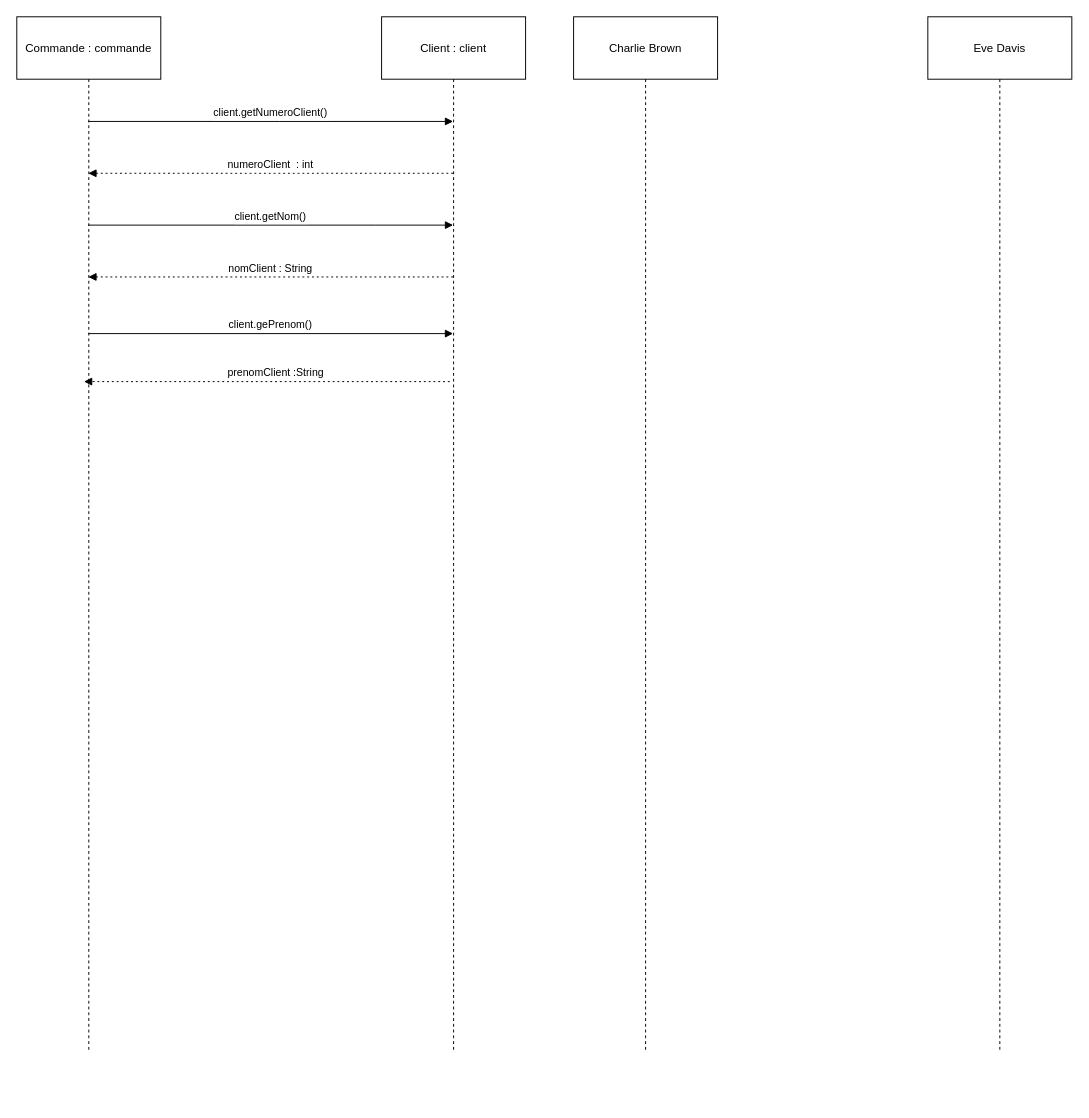
Before: Diagramme_de_sequence_editer_facture.drawio in NolhanDolou/SAE_JAVA, a draw.io diagram. Source tidied: cells renumbered, new cells numbered last; positions are measured from the earlier drawing's top-left corner, leaving out a move shared by most shapes. Both pictures are drawn from the tidied source at 96%, with x=0, y=0 at pixel (16, 16).
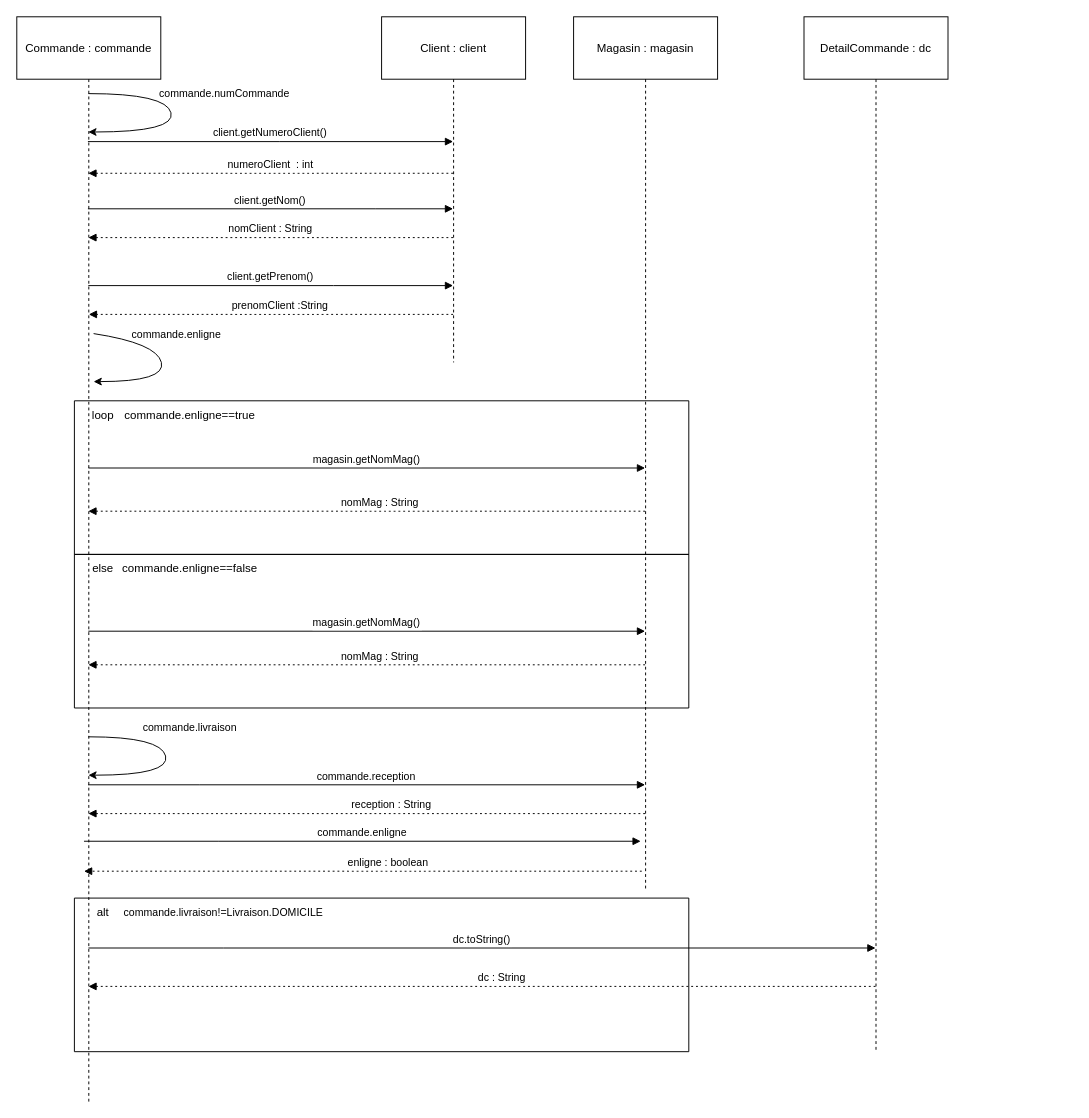
The same diagram, later.

Commit message:
Mettre à jour Diagramme_de_sequence_editer_facture.drawio

Change to the diagram source:
```diff
@@
     <mxCell id="2" value="Commande : commande" style="shape=umlLifeline;perimeter=lifelinePerimeter;whiteSpace=wrap;outlineConnect=0;portConstraint=eastwest;newEdgeStyle={&quot;edgeStyle&quot;:&quot;elbowEdgeStyle&quot;,&quot;elbow&quot;:&quot;vertical&quot;,&quot;curved&quot;:0,&quot;rounded&quot;:0};size=65;" parent="1" vertex="1">
-      <mxGeometry width="150" height="1078" as="geometry" />
+      <mxGeometry width="150" height="1130" as="geometry" />
     </mxCell>
     <mxCell id="3" value="Client : client" style="shape=umlLifeline;perimeter=lifelinePerimeter;whiteSpace=wrap;outlineConnect=0;portConstraint=eastwest;newEdgeStyle={&quot;edgeStyle&quot;:&quot;elbowEdgeStyle&quot;,&quot;elbow&quot;:&quot;vertical&quot;,&quot;curved&quot;:0,&quot;rounded&quot;:0};size=65;" parent="1" vertex="1">
-      <mxGeometry x="380" width="150" height="1078" as="geometry" />
+      <mxGeometry x="380" width="150" height="360" as="geometry" />
     </mxCell>
-    <mxCell id="4" value="Charlie Brown" style="shape=umlLifeline;perimeter=lifelinePerimeter;whiteSpace=wrap;outlineConnect=0;portConstraint=eastwest;newEdgeStyle={&quot;edgeStyle&quot;:&quot;elbowEdgeStyle&quot;,&quot;elbow&quot;:&quot;vertical&quot;,&quot;curved&quot;:0,&quot;rounded&quot;:0};size=65;" parent="1" vertex="1">
-      <mxGeometry x="580" width="150" height="1078" as="geometry" />
+    <mxCell id="4" value="Magasin : magasin" style="shape=umlLifeline;perimeter=lifelinePerimeter;whiteSpace=wrap;outlineConnect=0;portConstraint=eastwest;newEdgeStyle={&quot;edgeStyle&quot;:&quot;elbowEdgeStyle&quot;,&quot;elbow&quot;:&quot;vertical&quot;,&quot;curved&quot;:0,&quot;rounded&quot;:0};size=65;" parent="1" vertex="1">
+      <mxGeometry x="580" width="150" height="910" as="geometry" />
     </mxCell>
-    <mxCell id="5" value="Eve Davis" style="shape=umlLifeline;perimeter=lifelinePerimeter;whiteSpace=wrap;outlineConnect=0;portConstraint=eastwest;newEdgeStyle={&quot;edgeStyle&quot;:&quot;elbowEdgeStyle&quot;,&quot;elbow&quot;:&quot;vertical&quot;,&quot;curved&quot;:0,&quot;rounded&quot;:0};size=65;" parent="1" vertex="1">
-      <mxGeometry x="949" width="150" height="1078" as="geometry" />
+    <mxCell id="5" value="DetailCommande : dc" style="shape=umlLifeline;perimeter=lifelinePerimeter;whiteSpace=wrap;outlineConnect=0;portConstraint=eastwest;newEdgeStyle={&quot;edgeStyle&quot;:&quot;elbowEdgeStyle&quot;,&quot;elbow&quot;:&quot;vertical&quot;,&quot;curved&quot;:0,&quot;rounded&quot;:0};size=65;" parent="1" vertex="1">
+      <mxGeometry x="820" width="150" height="1078" as="geometry" />
     </mxCell>
-    <mxCell id="6" value="client.getNumeroClient()" style="verticalAlign=bottom;edgeStyle=elbowEdgeStyle;elbow=vertical;curved=0;rounded=0;endArrow=block;" parent="1" edge="1" source="2" target="3">
+    <mxCell id="6" value="client.getNumeroClient()" style="verticalAlign=bottom;edgeStyle=elbowEdgeStyle;elbow=vertical;curved=0;rounded=0;endArrow=block;" parent="1" edge="1">
       <mxGeometry relative="1" as="geometry">
+        <mxPoint x="74.1" y="130" as="sourcePoint" />
+        <mxPoint x="454.5" y="130" as="targetPoint" />
         <Array as="points">
-          <mxPoint x="274" y="109" />
+          <mxPoint x="274" y="130" />
         </Array>
       </mxGeometry>
     </mxCell>
@@
-    <mxCell id="8" value="client.getNom()" style="verticalAlign=bottom;edgeStyle=elbowEdgeStyle;elbow=vertical;curved=0;rounded=0;endArrow=block;" parent="1" edge="1" source="2" target="3">
+    <mxCell id="8" value="client.getNom()" style="verticalAlign=bottom;edgeStyle=elbowEdgeStyle;elbow=vertical;curved=0;rounded=0;endArrow=block;" parent="1" edge="1">
       <mxGeometry relative="1" as="geometry">
+        <mxPoint x="74.1" y="200" as="sourcePoint" />
+        <mxPoint x="454.5" y="200" as="targetPoint" />
         <Array as="points">
-          <mxPoint x="374" y="217" />
+          <mxPoint x="374" y="200" />
         </Array>
       </mxGeometry>
     </mxCell>
     <mxCell id="9" value="nomClient : String" style="verticalAlign=bottom;edgeStyle=elbowEdgeStyle;elbow=vertical;curved=0;rounded=0;dashed=1;dashPattern=2 3;endArrow=block;" parent="1" edge="1" source="3" target="2">
       <mxGeometry relative="1" as="geometry">
         <Array as="points">
-          <mxPoint x="377" y="271" />
+          <mxPoint x="260" y="230" />
         </Array>
       </mxGeometry>
     </mxCell>
-    <mxCell id="10" value="client.gePrenom()" style="verticalAlign=bottom;edgeStyle=elbowEdgeStyle;elbow=vertical;curved=0;rounded=0;endArrow=block;" parent="1" edge="1" source="2" target="3">
+    <mxCell id="10" value="client.getPrenom()" style="verticalAlign=bottom;edgeStyle=elbowEdgeStyle;elbow=vertical;curved=0;rounded=0;endArrow=block;" parent="1" edge="1" source="2" target="3">
       <mxGeometry relative="1" as="geometry">
         <Array as="points">
+          <mxPoint x="330" y="280" />
           <mxPoint x="270" y="330" />
         </Array>
       </mxGeometry>
     </mxCell>
-    <mxCell id="11" value="prenomClient :String" style="verticalAlign=bottom;edgeStyle=elbowEdgeStyle;elbow=vertical;curved=0;rounded=0;dashed=1;dashPattern=2 3;endArrow=block;" parent="1" edge="1">
+    <mxCell id="11" value="prenomClient :String" style="verticalAlign=bottom;edgeStyle=elbowEdgeStyle;elbow=horizontal;curved=0;rounded=0;dashed=1;dashPattern=2 3;endArrow=block;" parent="1" edge="1" source="3">
       <mxGeometry x="-0.05" relative="1" as="geometry">
-        <mxPoint x="451" y="380" as="sourcePoint" />
-        <mxPoint x="70" y="380" as="targetPoint" />
+        <mxPoint x="75" y="310" as="targetPoint" />
         <Array as="points">
-          <mxPoint x="373" y="380" />
+          <mxPoint x="383" y="310" />
         </Array>
       </mxGeometry>
     </mxCell>
+    <mxCell id="12" style="curved=1;endArrow=classic;html=1;rounded=0;" parent="1" edge="1">
+      <mxGeometry relative="1" as="geometry">
+        <mxPoint x="80" y="330" as="sourcePoint" />
+        <mxPoint x="80" y="380" as="targetPoint" />
+        <Array as="points">
+          <mxPoint x="145.6" y="340" />
+          <mxPoint x="155.6" y="380" />
+        </Array>
+      </mxGeometry>
+    </mxCell>
+    <mxCell id="13" value="commande.enligne" style="edgeLabel;html=1;align=center;verticalAlign=middle;" parent="12" vertex="1">
+      <mxGeometry x="-0.05" y="2" relative="1" as="geometry">
+        <mxPoint x="13" y="-29" as="offset" />
+      </mxGeometry>
+    </mxCell>
+    <mxCell id="14" style="swimlane;startSize=0;" parent="1" vertex="1">
+      <mxGeometry x="60" y="400" width="640" height="160" as="geometry" />
+    </mxCell>
+    <mxCell id="15" value="loop" style="text;html=1;align=center;verticalAlign=middle;whiteSpace=wrap;rounded=0;" parent="14" vertex="1">
+      <mxGeometry width="60" height="30" as="geometry" />
+    </mxCell>
+    <mxCell id="16" value="commande.enligne==true" style="text;html=1;align=center;verticalAlign=middle;strokeColor=none;fillColor=none;" parent="14" vertex="1">
+      <mxGeometry x="40" width="160" height="30" as="geometry" />
+    </mxCell>
+    <mxCell id="17" value="magasin.getNomMag()" style="verticalAlign=bottom;edgeStyle=elbowEdgeStyle;elbow=vertical;curved=0;rounded=0;endArrow=block;" parent="14" edge="1">
+      <mxGeometry relative="1" as="geometry">
+        <mxPoint x="14.6" y="70" as="sourcePoint" />
+        <mxPoint x="594.5" y="70" as="targetPoint" />
+        <Array as="points">
+          <mxPoint x="310" y="70" />
+        </Array>
+      </mxGeometry>
+    </mxCell>
+    <mxCell id="18" style="swimlane;startSize=0;" parent="1" vertex="1">
+      <mxGeometry x="60" y="560" width="640" height="160" as="geometry" />
+    </mxCell>
+    <mxCell id="19" value="else" style="text;html=1;align=center;verticalAlign=middle;whiteSpace=wrap;rounded=0;" parent="18" vertex="1">
+      <mxGeometry width="60" height="30" as="geometry" />
+    </mxCell>
+    <mxCell id="20" value="commande.enligne==false" style="text;html=1;align=center;verticalAlign=middle;strokeColor=none;fillColor=none;" parent="18" vertex="1">
+      <mxGeometry x="40" width="160" height="30" as="geometry" />
+    </mxCell>
+    <mxCell id="21" style="curved=1;endArrow=classic;html=1;rounded=0;" parent="1" edge="1">
+      <mxGeometry relative="1" as="geometry">
+        <mxPoint x="74.6" y="750" as="sourcePoint" />
+        <mxPoint x="74.6" y="790" as="targetPoint" />
+        <Array as="points">
+          <mxPoint x="150" y="750" />
+          <mxPoint x="160" y="790" />
+        </Array>
+      </mxGeometry>
+    </mxCell>
+    <mxCell id="22" value="commande.livraison" style="edgeLabel;html=1;align=center;verticalAlign=middle;" parent="21" vertex="1">
+      <mxGeometry x="-0.05" y="2" relative="1" as="geometry">
+        <mxPoint x="23" y="-30" as="offset" />
+      </mxGeometry>
+    </mxCell>
+    <mxCell id="23" style="curved=1;endArrow=classic;html=1;rounded=0;" parent="1" edge="1" source="2" target="2">
+      <mxGeometry relative="1" as="geometry">
+        <Array as="points">
+          <mxPoint x="155.6" y="80" />
+          <mxPoint x="165.6" y="120" />
+        </Array>
+      </mxGeometry>
+    </mxCell>
+    <mxCell id="24" value="commande.numCommande" style="edgeLabel;html=1;align=center;verticalAlign=middle;" parent="23" vertex="1">
+      <mxGeometry x="-0.05" y="2" relative="1" as="geometry">
+        <mxPoint x="53" y="-19" as="offset" />
+      </mxGeometry>
+    </mxCell>
+    <mxCell id="25" value="nomMag : String" style="verticalAlign=bottom;edgeStyle=elbowEdgeStyle;elbow=horizontal;curved=0;rounded=0;dashed=1;dashPattern=2 3;endArrow=block;" parent="1" edge="1" source="4" target="2">
+      <mxGeometry x="-0.05" relative="1" as="geometry">
+        <Array as="points">
+          <mxPoint x="383" y="515" />
+        </Array>
+      </mxGeometry>
+    </mxCell>
+    <mxCell id="26" value="magasin.getNomMag()" style="verticalAlign=bottom;edgeStyle=elbowEdgeStyle;elbow=vertical;curved=0;rounded=0;endArrow=block;" parent="1" edge="1" source="2" target="4">
+      <mxGeometry relative="1" as="geometry">
+        <Array as="points">
+          <mxPoint x="370" y="640" />
+        </Array>
+      </mxGeometry>
+    </mxCell>
+    <mxCell id="27" value="nomMag : String" style="verticalAlign=bottom;edgeStyle=elbowEdgeStyle;elbow=horizontal;curved=0;rounded=0;dashed=1;dashPattern=2 3;endArrow=block;" parent="1" edge="1" source="4" target="2">
+      <mxGeometry x="-0.05" relative="1" as="geometry">
+        <Array as="points">
+          <mxPoint x="383" y="675" />
+        </Array>
+      </mxGeometry>
+    </mxCell>
+    <mxCell id="28" value="commande.reception" style="verticalAlign=bottom;edgeStyle=elbowEdgeStyle;elbow=vertical;curved=0;rounded=0;endArrow=block;" parent="1" edge="1">
+      <mxGeometry relative="1" as="geometry">
+        <mxPoint x="74.2" y="800" as="sourcePoint" />
+        <mxPoint x="654.5" y="800" as="targetPoint" />
+        <Array as="points">
+          <mxPoint x="190" y="800" />
+        </Array>
+      </mxGeometry>
+    </mxCell>
+    <mxCell id="29" value="reception : String" style="verticalAlign=bottom;edgeStyle=elbowEdgeStyle;elbow=horizontal;curved=0;rounded=0;dashed=1;dashPattern=2 3;endArrow=block;fontStyle=0;" parent="1" edge="1" source="4" target="2">
+      <mxGeometry x="-0.09" relative="1" as="geometry">
+        <Array as="points">
+          <mxPoint x="399" y="830" />
+        </Array>
+      </mxGeometry>
+    </mxCell>
+    <mxCell id="30" style="swimlane;startSize=0;" parent="1" vertex="1">
+      <mxGeometry x="60" y="918" width="640" height="160" as="geometry" />
+    </mxCell>
+    <mxCell id="31" value="alt" style="text;html=1;align=center;verticalAlign=middle;whiteSpace=wrap;rounded=0;" parent="30" vertex="1">
+      <mxGeometry width="60" height="30" as="geometry" />
+    </mxCell>
+    <mxCell id="32" value="&lt;span style=&quot;font-size: 11px; background-color: rgb(255, 255, 255);&quot;&gt;commande.livraison!=Livraison.DOMICILE&lt;/span&gt;" style="text;html=1;align=center;verticalAlign=middle;strokeColor=none;fillColor=none;" parent="30" vertex="1">
+      <mxGeometry x="40" width="230" height="30" as="geometry" />
+    </mxCell>
+    <mxCell id="33" value="dc.toString()" style="verticalAlign=bottom;edgeStyle=elbowEdgeStyle;elbow=horizontal;curved=0;rounded=0;endArrow=block;" parent="30" edge="1" target="5">
+      <mxGeometry relative="1" as="geometry">
+        <mxPoint x="14.6" y="52" as="sourcePoint" />
+        <Array as="points">
+          <mxPoint x="155.1" y="52" />
+        </Array>
+      </mxGeometry>
+    </mxCell>
+    <mxCell id="34" value="dc : String" style="verticalAlign=bottom;edgeStyle=elbowEdgeStyle;elbow=horizontal;curved=0;rounded=0;dashed=1;dashPattern=2 3;endArrow=block;fontStyle=0;" parent="30" edge="1" source="5">
+      <mxGeometry x="-0.05" relative="1" as="geometry">
+        <mxPoint x="14.6" y="92" as="targetPoint" />
+        <Array as="points">
+          <mxPoint x="333.9" y="92" />
+        </Array>
+      </mxGeometry>
+    </mxCell>
+    <mxCell id="35" value="commande.enligne" style="verticalAlign=bottom;edgeStyle=elbowEdgeStyle;elbow=horizontal;curved=0;rounded=0;endArrow=block;" parent="1" edge="1">
+      <mxGeometry relative="1" as="geometry">
+        <mxPoint x="70" y="858.8" as="sourcePoint" />
+        <mxPoint x="649.9" y="858.8" as="targetPoint" />
+        <Array as="points">
+          <mxPoint x="210.5" y="858.8" />
+        </Array>
+      </mxGeometry>
+    </mxCell>
+    <mxCell id="36" value="enligne : boolean" style="verticalAlign=bottom;edgeStyle=elbowEdgeStyle;elbow=horizontal;curved=0;rounded=0;dashed=1;dashPattern=2 3;endArrow=block;fontStyle=0;" parent="1" edge="1">
+      <mxGeometry x="-0.09" relative="1" as="geometry">
+        <mxPoint x="651" y="890" as="sourcePoint" />
+        <mxPoint x="70" y="890" as="targetPoint" />
+        <Array as="points">
+          <mxPoint x="395" y="890" />
+        </Array>
+      </mxGeometry>
+    </mxCell>
```
